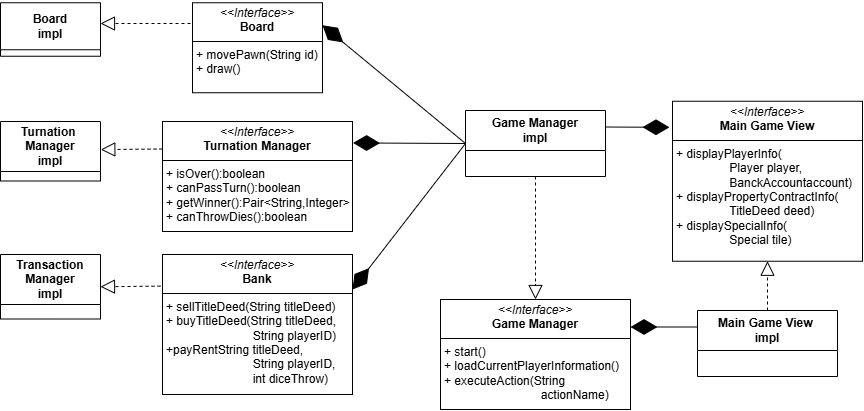
The draw.io diagram report/img/architecture.png in unibo-oop-projects/OOP24-AlessioMinnitiAlessioMinnitistudi-MartinaRavaioli-AlessioMinniti-DavideRossi-LucasPrati-mpoly, before a commit. Source tidied: cells renumbered, new cells last; positions are measured from the earlier drawing's top-left corner, leaving out a move shared by most shapes.
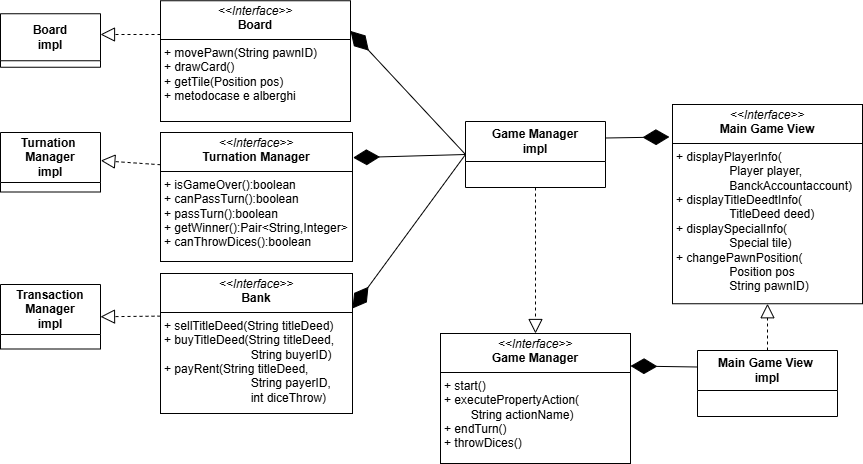
Later version of the same file.

Commit message:
adding up to date architetcure diagram

Diff of the diagram source:
```diff
@@ -9,13 +9,13 @@
       <mxGeometry y="0.2" width="100" height="53.5" as="geometry" />
     </mxCell>
     <mxCell id="4" value="&lt;b&gt;Main Game View&amp;nbsp;&lt;/b&gt;&lt;div&gt;&lt;b&gt;impl&lt;/b&gt;&lt;/div&gt;" style="swimlane;fontStyle=0;horizontal=1;startSize=40;fillColor=none;whiteSpace=wrap;html=1;" parent="1" vertex="1">
-      <mxGeometry x="697" y="308" width="140" height="66" as="geometry" />
+      <mxGeometry x="697" y="337" width="140" height="66" as="geometry" />
     </mxCell>
     <mxCell id="5" value="&lt;b&gt;Game Manager&lt;/b&gt;&lt;div&gt;&lt;b&gt;impl&lt;/b&gt;&lt;/div&gt;" style="swimlane;fontStyle=0;horizontal=1;startSize=40;fillColor=none;whiteSpace=wrap;html=1;" parent="1" vertex="1">
       <mxGeometry x="465" y="108" width="140" height="66" as="geometry" />
     </mxCell>
     <mxCell id="6" value="&lt;b&gt;Transaction&lt;/b&gt;&lt;div&gt;&lt;b&gt;Manager&lt;/b&gt;&lt;/div&gt;&lt;div&gt;&lt;b&gt;impl&lt;/b&gt;&lt;/div&gt;" style="swimlane;fontStyle=0;horizontal=1;startSize=50;fillColor=none;whiteSpace=wrap;html=1;" parent="1" vertex="1">
-      <mxGeometry y="252" width="100" height="64.5" as="geometry" />
+      <mxGeometry y="271" width="100" height="64.5" as="geometry" />
     </mxCell>
     <mxCell id="7" style="endArrow=diamondThin;endFill=1;endSize=24;html=1;rounded=0;exitX=0;exitY=0.25;exitDx=0;exitDy=0;entryX=1;entryY=0.25;entryDx=0;entryDy=0;" parent="1" edge="1" source="4" target="20">
       <mxGeometry relative="1" as="geometry" />
@@ -49,23 +49,23 @@
     </mxCell>
     <mxCell id="16" style="endArrow=block;dashed=1;endFill=0;endSize=12;html=1;rounded=0;exitX=0;exitY=0.5;exitDx=0;exitDy=0;entryX=1;entryY=0.5;entryDx=0;entryDy=0;" parent="1" edge="1" target="6">
       <mxGeometry relative="1" as="geometry">
-        <mxPoint x="220" y="283" as="sourcePoint" />
+        <mxPoint x="220" y="302" as="sourcePoint" />
       </mxGeometry>
     </mxCell>
-    <mxCell id="17" value="&lt;p style=&quot;margin:0px;margin-top:4px;text-align:center;&quot;&gt;&lt;i&gt;&amp;lt;&amp;lt;Interface&amp;gt;&amp;gt;&lt;/i&gt;&lt;br&gt;&lt;b&gt;Board&lt;/b&gt;&lt;/p&gt;&lt;hr size=&quot;1&quot; style=&quot;border-style:solid;&quot;&gt;&lt;p style=&quot;margin:0px;margin-left:4px;&quot;&gt;+ movePawn(String id)&lt;/p&gt;&lt;p style=&quot;margin:0px;margin-left:4px;&quot;&gt;+ draw()&lt;/p&gt;" style="verticalAlign=top;align=left;overflow=fill;html=1;whiteSpace=wrap;" parent="1" vertex="1">
-      <mxGeometry x="192" y="0.2" width="130" height="90" as="geometry" />
+    <mxCell id="17" value="&lt;p style=&quot;margin:0px;margin-top:4px;text-align:center;&quot;&gt;&lt;i&gt;&amp;lt;&amp;lt;Interface&amp;gt;&amp;gt;&lt;/i&gt;&lt;br&gt;&lt;b&gt;Board&lt;/b&gt;&lt;/p&gt;&lt;hr size=&quot;1&quot; style=&quot;border-style:solid;&quot;&gt;&lt;p style=&quot;margin:0px;margin-left:4px;&quot;&gt;+ movePawn(String pawnID)&lt;/p&gt;&lt;p style=&quot;margin:0px;margin-left:4px;&quot;&gt;+ drawCard()&lt;/p&gt;&lt;p style=&quot;margin:0px;margin-left:4px;&quot;&gt;+ getTile(Position pos)&lt;/p&gt;&lt;p style=&quot;margin:0px;margin-left:4px;&quot;&gt;+ metodocase e alberghi&lt;/p&gt;" style="verticalAlign=top;align=left;overflow=fill;html=1;whiteSpace=wrap;" parent="1" vertex="1">
+      <mxGeometry x="160" y="-12.8" width="190" height="120.8" as="geometry" />
     </mxCell>
-    <mxCell id="18" value="&lt;p style=&quot;margin:0px;margin-top:4px;text-align:center;&quot;&gt;&lt;i&gt;&amp;lt;&amp;lt;Interface&amp;gt;&amp;gt;&lt;/i&gt;&lt;br&gt;&lt;b&gt;Turnation Manager&lt;/b&gt;&lt;/p&gt;&lt;hr size=&quot;1&quot; style=&quot;border-style:solid;&quot;&gt;&lt;p style=&quot;margin:0px;margin-left:4px;&quot;&gt;&lt;span style=&quot;background-color: transparent; color: light-dark(rgb(0, 0, 0), rgb(255, 255, 255));&quot;&gt;+ isOver():boolean&lt;/span&gt;&lt;/p&gt;&lt;p style=&quot;margin:0px;margin-left:4px;&quot;&gt;&lt;span style=&quot;background-color: transparent; color: light-dark(rgb(0, 0, 0), rgb(255, 255, 255));&quot;&gt;+ canPassTurn():boolean&lt;/span&gt;&lt;/p&gt;&lt;p style=&quot;margin:0px;margin-left:4px;&quot;&gt;&lt;span style=&quot;background-color: transparent; color: light-dark(rgb(0, 0, 0), rgb(255, 255, 255));&quot;&gt;+ getWinner():Pair&amp;lt;String,Integer&amp;gt;&lt;/span&gt;&lt;/p&gt;&lt;p style=&quot;margin:0px;margin-left:4px;&quot;&gt;&lt;span style=&quot;background-color: transparent; color: light-dark(rgb(0, 0, 0), rgb(255, 255, 255));&quot;&gt;+ canThrowDies():boolean&lt;/span&gt;&lt;/p&gt;" style="verticalAlign=top;align=left;overflow=fill;html=1;whiteSpace=wrap;" parent="1" vertex="1">
-      <mxGeometry x="162" y="119" width="190" height="110" as="geometry" />
+    <mxCell id="18" value="&lt;p style=&quot;margin:0px;margin-top:4px;text-align:center;&quot;&gt;&lt;i&gt;&amp;lt;&amp;lt;Interface&amp;gt;&amp;gt;&lt;/i&gt;&lt;br&gt;&lt;b&gt;Turnation Manager&lt;/b&gt;&lt;/p&gt;&lt;hr size=&quot;1&quot; style=&quot;border-style:solid;&quot;&gt;&lt;p style=&quot;margin:0px;margin-left:4px;&quot;&gt;&lt;span style=&quot;background-color: transparent; color: light-dark(rgb(0, 0, 0), rgb(255, 255, 255));&quot;&gt;+ isGameOver():boolean&lt;/span&gt;&lt;/p&gt;&lt;p style=&quot;margin: 0px 0px 0px 4px;&quot;&gt;&lt;span style=&quot;background-color: transparent; color: light-dark(rgb(0, 0, 0), rgb(255, 255, 255));&quot;&gt;+ canPassTurn():boolean&lt;/span&gt;&lt;/p&gt;&lt;p style=&quot;margin: 0px 0px 0px 4px;&quot;&gt;&lt;span style=&quot;background-color: transparent; color: light-dark(rgb(0, 0, 0), rgb(255, 255, 255));&quot;&gt;+ passTurn():boolean&lt;/span&gt;&lt;/p&gt;&lt;p style=&quot;margin:0px;margin-left:4px;&quot;&gt;&lt;span style=&quot;background-color: transparent; color: light-dark(rgb(0, 0, 0), rgb(255, 255, 255));&quot;&gt;+ getWinner():Pair&amp;lt;String,Integer&amp;gt;&lt;/span&gt;&lt;/p&gt;&lt;p style=&quot;margin:0px;margin-left:4px;&quot;&gt;&lt;span style=&quot;background-color: transparent; color: light-dark(rgb(0, 0, 0), rgb(255, 255, 255));&quot;&gt;+ canThrowDices():boolean&lt;/span&gt;&lt;/p&gt;" style="verticalAlign=top;align=left;overflow=fill;html=1;whiteSpace=wrap;" parent="1" vertex="1">
+      <mxGeometry x="160" y="119" width="192" height="129" as="geometry" />
     </mxCell>
-    <mxCell id="19" value="&lt;p style=&quot;margin:0px;margin-top:4px;text-align:center;&quot;&gt;&lt;i&gt;&amp;lt;&amp;lt;Interface&amp;gt;&amp;gt;&lt;/i&gt;&lt;br&gt;&lt;b&gt;Bank&lt;/b&gt;&lt;/p&gt;&lt;hr size=&quot;1&quot; style=&quot;border-style:solid;&quot;&gt;&lt;p style=&quot;margin:0px;margin-left:4px;&quot;&gt;&lt;span style=&quot;background-color: transparent; color: light-dark(rgb(0, 0, 0), rgb(255, 255, 255));&quot;&gt;+ sellTitleDeed(String titleDeed)&lt;/span&gt;&lt;/p&gt;&lt;p style=&quot;margin:0px;margin-left:4px;&quot;&gt;&lt;span style=&quot;background-color: transparent; color: light-dark(rgb(0, 0, 0), rgb(255, 255, 255));&quot;&gt;+ buyTitleDeed(&lt;/span&gt;&lt;span style=&quot;background-color: transparent; color: light-dark(rgb(0, 0, 0), rgb(255, 255, 255));&quot;&gt;String titleDeed,&amp;nbsp;&lt;/span&gt;&lt;/p&gt;&lt;p style=&quot;margin:0px;margin-left:4px;&quot;&gt;&lt;span style=&quot;background-color: transparent; color: light-dark(rgb(0, 0, 0), rgb(255, 255, 255));&quot;&gt;&lt;span style=&quot;white-space: pre;&quot;&gt;&#9;&lt;/span&gt;&lt;span style=&quot;white-space: pre;&quot;&gt;&#9;&lt;/span&gt;&lt;span style=&quot;white-space: pre;&quot;&gt;&#9;&lt;/span&gt;&amp;nbsp; String playerID)&lt;/span&gt;&lt;/p&gt;&lt;p style=&quot;margin:0px;margin-left:4px;&quot;&gt;&lt;span style=&quot;background-color: transparent; color: light-dark(rgb(0, 0, 0), rgb(255, 255, 255));&quot;&gt;+payRent&lt;/span&gt;&lt;span style=&quot;background-color: transparent; color: light-dark(rgb(0, 0, 0), rgb(255, 255, 255));&quot;&gt;String titleDeed,&amp;nbsp;&lt;/span&gt;&lt;/p&gt;&lt;p style=&quot;margin: 0px 0px 0px 4px;&quot;&gt;&lt;span style=&quot;background-color: transparent; color: light-dark(rgb(0, 0, 0), rgb(255, 255, 255));&quot;&gt;&lt;span style=&quot;white-space: pre;&quot;&gt;&#9;&lt;/span&gt;&lt;span style=&quot;white-space: pre;&quot;&gt;&#9;&lt;/span&gt;&lt;span style=&quot;white-space: pre;&quot;&gt;&#9;&lt;/span&gt;&amp;nbsp; String playerID,&lt;/span&gt;&lt;/p&gt;&lt;p style=&quot;margin: 0px 0px 0px 4px;&quot;&gt;&lt;span style=&quot;white-space: pre;&quot;&gt;&#9;&lt;/span&gt;&lt;span style=&quot;white-space: pre;&quot;&gt;&#9;&lt;/span&gt;&lt;span style=&quot;white-space: pre;&quot;&gt;&#9;&lt;/span&gt;&amp;nbsp; int diceThrow)&lt;br&gt;&lt;/p&gt;" style="verticalAlign=top;align=left;overflow=fill;html=1;whiteSpace=wrap;" parent="1" vertex="1">
-      <mxGeometry x="162" y="252" width="190" height="140" as="geometry" />
+    <mxCell id="19" value="&lt;p style=&quot;margin:0px;margin-top:4px;text-align:center;&quot;&gt;&lt;i&gt;&amp;lt;&amp;lt;Interface&amp;gt;&amp;gt;&lt;/i&gt;&lt;br&gt;&lt;b&gt;Bank&lt;/b&gt;&lt;/p&gt;&lt;hr size=&quot;1&quot; style=&quot;border-style:solid;&quot;&gt;&lt;p style=&quot;margin:0px;margin-left:4px;&quot;&gt;&lt;span style=&quot;background-color: transparent; color: light-dark(rgb(0, 0, 0), rgb(255, 255, 255));&quot;&gt;+ sellTitleDeed(String titleDeed)&lt;/span&gt;&lt;/p&gt;&lt;p style=&quot;margin:0px;margin-left:4px;&quot;&gt;&lt;span style=&quot;background-color: transparent; color: light-dark(rgb(0, 0, 0), rgb(255, 255, 255));&quot;&gt;+ buyTitleDeed(&lt;/span&gt;&lt;span style=&quot;background-color: transparent; color: light-dark(rgb(0, 0, 0), rgb(255, 255, 255));&quot;&gt;String titleDeed,&amp;nbsp;&lt;/span&gt;&lt;/p&gt;&lt;p style=&quot;margin:0px;margin-left:4px;&quot;&gt;&lt;span style=&quot;background-color: transparent; color: light-dark(rgb(0, 0, 0), rgb(255, 255, 255));&quot;&gt;&lt;span style=&quot;white-space: pre;&quot;&gt;&#9;&lt;/span&gt;&lt;span style=&quot;white-space: pre;&quot;&gt;&#9;&lt;/span&gt;&lt;span style=&quot;white-space: pre;&quot;&gt;&#9;&lt;/span&gt;&amp;nbsp; String buyerID)&lt;/span&gt;&lt;/p&gt;&lt;p style=&quot;margin:0px;margin-left:4px;&quot;&gt;&lt;span style=&quot;background-color: transparent; color: light-dark(rgb(0, 0, 0), rgb(255, 255, 255));&quot;&gt;+ payRent(&lt;/span&gt;&lt;span style=&quot;background-color: transparent; color: light-dark(rgb(0, 0, 0), rgb(255, 255, 255));&quot;&gt;String titleDeed,&amp;nbsp;&lt;/span&gt;&lt;/p&gt;&lt;p style=&quot;margin: 0px 0px 0px 4px;&quot;&gt;&lt;span style=&quot;background-color: transparent; color: light-dark(rgb(0, 0, 0), rgb(255, 255, 255));&quot;&gt;&lt;span style=&quot;white-space: pre;&quot;&gt;&#9;&lt;/span&gt;&lt;span style=&quot;white-space: pre;&quot;&gt;&#9;&lt;/span&gt;&lt;span style=&quot;white-space: pre;&quot;&gt;&#9;&lt;/span&gt;&amp;nbsp; String payerID,&lt;/span&gt;&lt;/p&gt;&lt;p style=&quot;margin: 0px 0px 0px 4px;&quot;&gt;&lt;span style=&quot;white-space: pre;&quot;&gt;&#9;&lt;/span&gt;&lt;span style=&quot;white-space: pre;&quot;&gt;&#9;&lt;/span&gt;&lt;span style=&quot;white-space: pre;&quot;&gt;&#9;&lt;/span&gt;&amp;nbsp; int diceThrow)&lt;br&gt;&lt;/p&gt;" style="verticalAlign=top;align=left;overflow=fill;html=1;whiteSpace=wrap;" parent="1" vertex="1">
+      <mxGeometry x="160" y="260" width="192" height="140" as="geometry" />
     </mxCell>
-    <mxCell id="20" value="&lt;p style=&quot;margin:0px;margin-top:4px;text-align:center;&quot;&gt;&lt;i&gt;&amp;lt;&amp;lt;Interface&amp;gt;&amp;gt;&lt;/i&gt;&lt;br&gt;&lt;b&gt;Game Manager&lt;/b&gt;&lt;/p&gt;&lt;hr size=&quot;1&quot; style=&quot;border-style:solid;&quot;&gt;&lt;p style=&quot;margin:0px;margin-left:4px;&quot;&gt;+ start()&lt;/p&gt;&lt;p style=&quot;margin:0px;margin-left:4px;&quot;&gt;+ loadCurrentPlayerInformation()&lt;/p&gt;&lt;p style=&quot;margin:0px;margin-left:4px;&quot;&gt;+ executeAction(String &lt;span style=&quot;white-space: pre;&quot;&gt;&#9;&lt;/span&gt;&lt;span style=&quot;white-space: pre;&quot;&gt;&#9;&lt;/span&gt;&lt;span style=&quot;white-space: pre;&quot;&gt;&#9;&lt;/span&gt;&amp;nbsp; &amp;nbsp; &amp;nbsp;actionName)&lt;/p&gt;&lt;p style=&quot;margin:0px;margin-left:4px;&quot;&gt;&lt;br&gt;&lt;/p&gt;" style="verticalAlign=top;align=left;overflow=fill;html=1;whiteSpace=wrap;" parent="1" vertex="1">
-      <mxGeometry x="440" y="297" width="190" height="110" as="geometry" />
+    <mxCell id="20" value="&lt;p style=&quot;margin:0px;margin-top:4px;text-align:center;&quot;&gt;&lt;i&gt;&amp;lt;&amp;lt;Interface&amp;gt;&amp;gt;&lt;/i&gt;&lt;br&gt;&lt;b&gt;Game Manager&lt;/b&gt;&lt;/p&gt;&lt;hr size=&quot;1&quot; style=&quot;border-style:solid;&quot;&gt;&lt;p style=&quot;margin:0px;margin-left:4px;&quot;&gt;+ start()&lt;/p&gt;&lt;p style=&quot;margin:0px;margin-left:4px;&quot;&gt;&lt;span style=&quot;background-color: transparent; color: light-dark(rgb(0, 0, 0), rgb(255, 255, 255));&quot;&gt;+ executePropertyAction(&lt;/span&gt;&lt;/p&gt;&lt;p style=&quot;margin:0px;margin-left:4px;&quot;&gt;&lt;span style=&quot;background-color: transparent; color: light-dark(rgb(0, 0, 0), rgb(255, 255, 255));&quot;&gt;&lt;span style=&quot;white-space: pre;&quot;&gt;&#9;&lt;/span&gt;String &lt;/span&gt;&lt;span style=&quot;background-color: transparent; color: light-dark(rgb(0, 0, 0), rgb(255, 255, 255));&quot;&gt;actionName)&lt;/span&gt;&lt;/p&gt;&lt;p style=&quot;margin:0px;margin-left:4px;&quot;&gt;&lt;span style=&quot;background-color: transparent; color: light-dark(rgb(0, 0, 0), rgb(255, 255, 255));&quot;&gt;+ endTurn()&lt;/span&gt;&lt;/p&gt;&lt;p style=&quot;margin:0px;margin-left:4px;&quot;&gt;&lt;span style=&quot;background-color: transparent; color: light-dark(rgb(0, 0, 0), rgb(255, 255, 255));&quot;&gt;+ throwDices()&lt;/span&gt;&lt;/p&gt;&lt;p style=&quot;margin:0px;margin-left:4px;&quot;&gt;&lt;br&gt;&lt;/p&gt;" style="verticalAlign=top;align=left;overflow=fill;html=1;whiteSpace=wrap;" parent="1" vertex="1">
+      <mxGeometry x="440" y="320" width="190" height="130" as="geometry" />
     </mxCell>
-    <mxCell id="21" value="&lt;p style=&quot;margin:0px;margin-top:4px;text-align:center;&quot;&gt;&lt;i&gt;&amp;lt;&amp;lt;Interface&amp;gt;&amp;gt;&lt;/i&gt;&lt;br&gt;&lt;b&gt;Main Game View&lt;/b&gt;&lt;/p&gt;&lt;hr size=&quot;1&quot; style=&quot;border-style:solid;&quot;&gt;&lt;p style=&quot;margin:0px;margin-left:4px;&quot;&gt;+ displayPlayerInfo(&lt;/p&gt;&lt;p style=&quot;margin:0px;margin-left:4px;&quot;&gt;&lt;span style=&quot;background-color: transparent; color: light-dark(rgb(0, 0, 0), rgb(255, 255, 255));&quot;&gt;&lt;span style=&quot;white-space: pre;&quot;&gt;&#9;&lt;/span&gt;&lt;span style=&quot;white-space: pre;&quot;&gt;&#9;&lt;/span&gt;Player player,&lt;/span&gt;&lt;/p&gt;&lt;p style=&quot;margin:0px;margin-left:4px;&quot;&gt;&lt;span style=&quot;background-color: transparent; color: light-dark(rgb(0, 0, 0), rgb(255, 255, 255));&quot;&gt;&lt;span style=&quot;white-space: pre;&quot;&gt;&#9;&lt;/span&gt;&lt;span style=&quot;white-space: pre;&quot;&gt;&#9;&lt;/span&gt;BanckAccountaccount)&lt;/span&gt;&lt;/p&gt;&lt;p style=&quot;margin:0px;margin-left:4px;&quot;&gt;+ displayPropertyContractInfo(&lt;/p&gt;&lt;p style=&quot;margin:0px;margin-left:4px;&quot;&gt;&lt;span style=&quot;white-space: pre;&quot;&gt;&#9;&lt;/span&gt;&lt;span style=&quot;white-space: pre;&quot;&gt;&#9;&lt;/span&gt;TitleDeed deed)&lt;/p&gt;&lt;p style=&quot;margin:0px;margin-left:4px;&quot;&gt;+ displaySpecialInfo(&amp;nbsp;&lt;/p&gt;&lt;p style=&quot;margin:0px;margin-left:4px;&quot;&gt;&lt;span style=&quot;white-space: pre;&quot;&gt;&#9;&lt;/span&gt;&lt;span style=&quot;white-space: pre;&quot;&gt;&#9;&lt;/span&gt;Special tile)&lt;/p&gt;&lt;p style=&quot;margin:0px;margin-left:4px;&quot;&gt;&lt;br&gt;&lt;/p&gt;" style="verticalAlign=top;align=left;overflow=fill;html=1;whiteSpace=wrap;" parent="1" vertex="1">
-      <mxGeometry x="672" y="98.8" width="190" height="160" as="geometry" />
+    <mxCell id="21" value="&lt;p style=&quot;margin:0px;margin-top:4px;text-align:center;&quot;&gt;&lt;i&gt;&amp;lt;&amp;lt;Interface&amp;gt;&amp;gt;&lt;/i&gt;&lt;br&gt;&lt;b&gt;Main Game View&lt;/b&gt;&lt;/p&gt;&lt;hr size=&quot;1&quot; style=&quot;border-style:solid;&quot;&gt;&lt;p style=&quot;margin:0px;margin-left:4px;&quot;&gt;+ displayPlayerInfo(&lt;/p&gt;&lt;p style=&quot;margin:0px;margin-left:4px;&quot;&gt;&lt;span style=&quot;background-color: transparent; color: light-dark(rgb(0, 0, 0), rgb(255, 255, 255));&quot;&gt;&lt;span style=&quot;white-space: pre;&quot;&gt;&#9;&lt;/span&gt;&lt;span style=&quot;white-space: pre;&quot;&gt;&#9;&lt;/span&gt;Player player,&lt;/span&gt;&lt;/p&gt;&lt;p style=&quot;margin:0px;margin-left:4px;&quot;&gt;&lt;span style=&quot;background-color: transparent; color: light-dark(rgb(0, 0, 0), rgb(255, 255, 255));&quot;&gt;&lt;span style=&quot;white-space: pre;&quot;&gt;&#9;&lt;/span&gt;&lt;span style=&quot;white-space: pre;&quot;&gt;&#9;&lt;/span&gt;BanckAccountaccount)&lt;/span&gt;&lt;/p&gt;&lt;p style=&quot;margin:0px;margin-left:4px;&quot;&gt;+ displayTitleDeedtInfo(&lt;/p&gt;&lt;p style=&quot;margin:0px;margin-left:4px;&quot;&gt;&lt;span style=&quot;white-space: pre;&quot;&gt;&#9;&lt;/span&gt;&lt;span style=&quot;white-space: pre;&quot;&gt;&#9;&lt;/span&gt;TitleDeed deed)&lt;/p&gt;&lt;p style=&quot;margin:0px;margin-left:4px;&quot;&gt;+ displaySpecialInfo(&amp;nbsp;&lt;/p&gt;&lt;p style=&quot;margin:0px;margin-left:4px;&quot;&gt;&lt;span style=&quot;white-space: pre;&quot;&gt;&#9;&lt;/span&gt;&lt;span style=&quot;white-space: pre;&quot;&gt;&#9;&lt;/span&gt;Special tile)&lt;/p&gt;&lt;p style=&quot;margin:0px;margin-left:4px;&quot;&gt;+ changePawnPosition(&lt;/p&gt;&lt;p style=&quot;margin:0px;margin-left:4px;&quot;&gt;&lt;span style=&quot;white-space: pre;&quot;&gt;&#9;&lt;/span&gt;&lt;span style=&quot;white-space: pre;&quot;&gt;&#9;&lt;/span&gt;Position pos&lt;/p&gt;&lt;p style=&quot;margin:0px;margin-left:4px;&quot;&gt;&lt;span style=&quot;white-space: pre;&quot;&gt;&#9;&lt;/span&gt;&lt;span style=&quot;white-space: pre;&quot;&gt;&#9;&lt;/span&gt;String pawnID)&lt;/p&gt;&lt;p style=&quot;margin:0px;margin-left:4px;&quot;&gt;&lt;br&gt;&lt;/p&gt;" style="verticalAlign=top;align=left;overflow=fill;html=1;whiteSpace=wrap;" parent="1" vertex="1">
+      <mxGeometry x="672" y="91" width="190" height="199.2" as="geometry" />
     </mxCell>
   </root>
 </mxGraphModel>
```
